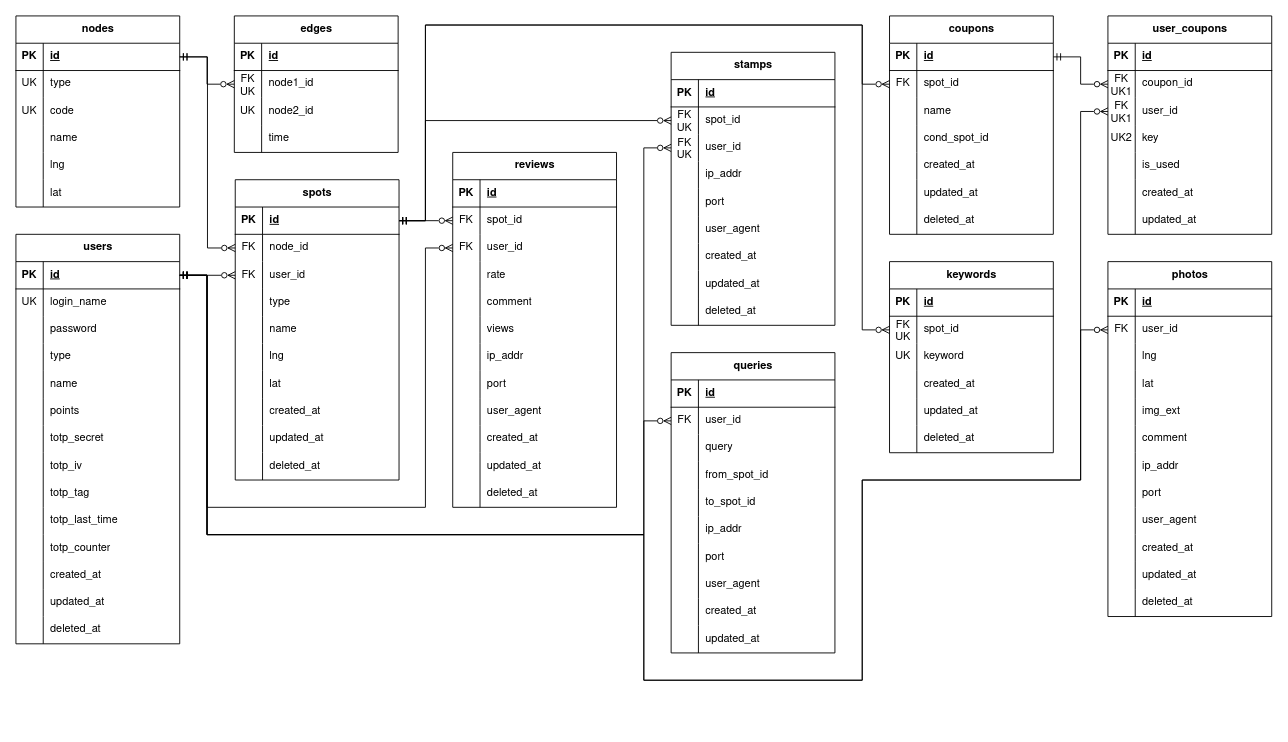
r02092/se2025 keeps this draw.io diagram as docs/figure/gaibu-er.drawio. Above is the earlier version. Source tidied: cells renumbered, new cells numbered last; positions are measured from the earlier drawing's top-left corner, leaving out a move shared by most shapes. Both pictures are drawn from the tidied source at 91%, with x=0, y=0 at pixel (15, 15).
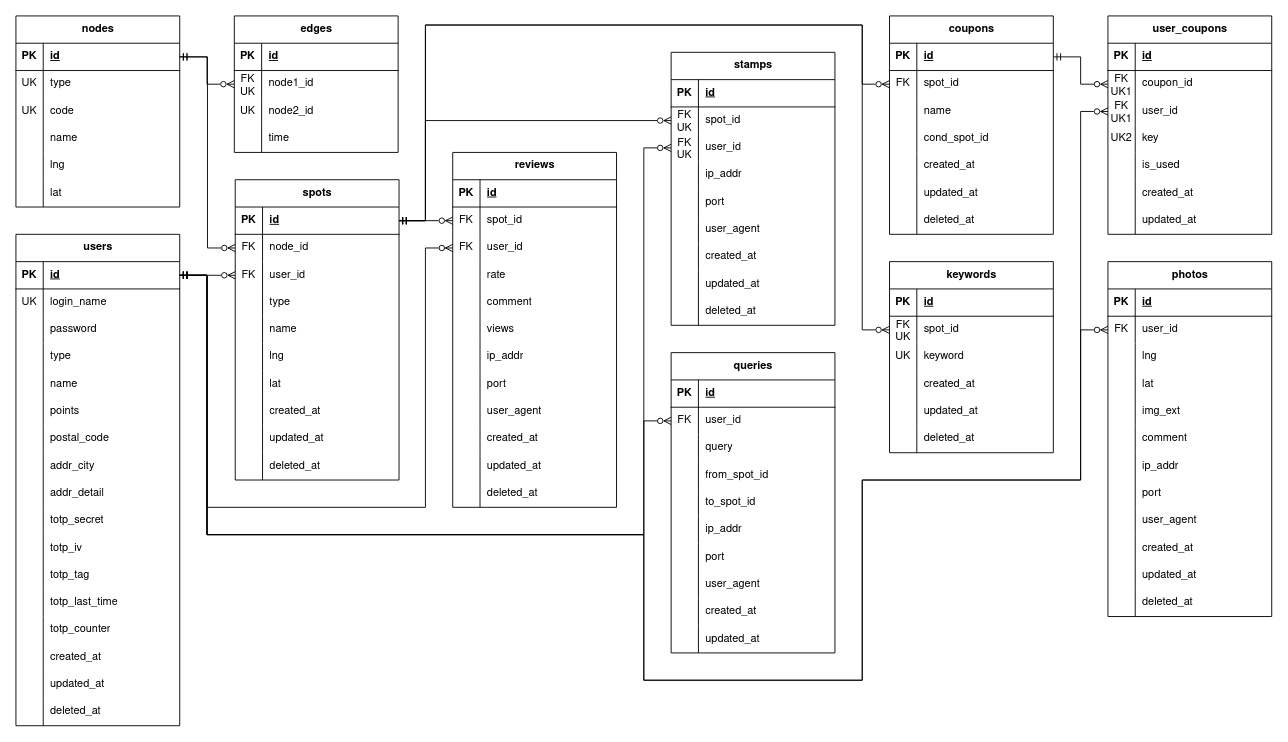
After the change.

The edit, as a diff of the source:
```diff
@@
     <mxCell id="67" value="users" style="shape=table;startSize=30;childLayout=tableLayout;rowLines=0;fontStyle=1;align=center;html=1;fontFamily=Nimbus Sans;" parent="1" vertex="1">
-      <mxGeometry y="240" width="180" height="450" as="geometry" />
+      <mxGeometry y="240" width="180" height="540" as="geometry" />
     </mxCell>
@@
+    <mxCell id="317" style="shape=tableRow;horizontal=0;startSize=0;swimlaneHead=0;swimlaneBody=0;fillColor=none;top=0;left=0;right=0;bottom=0;fontFamily=Nimbus Sans;" parent="67" vertex="1">
+      <mxGeometry y="210" width="180" height="30" as="geometry" />
+    </mxCell>
+    <mxCell id="318" style="shape=partialRectangle;fillColor=none;top=0;left=0;bottom=0;right=0;overflow=hidden;whiteSpace=wrap;html=1;fontFamily=Nimbus Sans;" parent="317" vertex="1">
+      <mxGeometry width="30" height="30" as="geometry" />
+    </mxCell>
+    <mxCell id="319" value="postal_code" style="shape=partialRectangle;fillColor=none;top=0;left=0;bottom=0;right=0;align=left;spacingLeft=6;overflow=hidden;whiteSpace=wrap;html=1;fontFamily=Nimbus Sans;" parent="317" vertex="1">
+      <mxGeometry x="30" width="150" height="30" as="geometry" />
+    </mxCell>
+    <mxCell id="320" style="shape=tableRow;horizontal=0;startSize=0;swimlaneHead=0;swimlaneBody=0;fillColor=none;top=0;left=0;right=0;bottom=0;fontFamily=Nimbus Sans;" parent="67" vertex="1">
+      <mxGeometry y="240" width="180" height="30" as="geometry" />
+    </mxCell>
+    <mxCell id="321" style="shape=partialRectangle;fillColor=none;top=0;left=0;bottom=0;right=0;overflow=hidden;whiteSpace=wrap;html=1;fontFamily=Nimbus Sans;" parent="320" vertex="1">
+      <mxGeometry width="30" height="30" as="geometry" />
+    </mxCell>
+    <mxCell id="322" value="addr_city" style="shape=partialRectangle;fillColor=none;top=0;left=0;bottom=0;right=0;align=left;spacingLeft=6;overflow=hidden;whiteSpace=wrap;html=1;fontFamily=Nimbus Sans;" parent="320" vertex="1">
+      <mxGeometry x="30" width="150" height="30" as="geometry" />
+    </mxCell>
+    <mxCell id="323" style="shape=tableRow;horizontal=0;startSize=0;swimlaneHead=0;swimlaneBody=0;fillColor=none;top=0;left=0;right=0;bottom=0;fontFamily=Nimbus Sans;" parent="67" vertex="1">
+      <mxGeometry y="270" width="180" height="30" as="geometry" />
+    </mxCell>
+    <mxCell id="324" style="shape=partialRectangle;fillColor=none;top=0;left=0;bottom=0;right=0;overflow=hidden;whiteSpace=wrap;html=1;fontFamily=Nimbus Sans;" parent="323" vertex="1">
+      <mxGeometry width="30" height="30" as="geometry" />
+    </mxCell>
+    <mxCell id="325" value="addr_&lt;span class=&quot;HwtZe&quot; lang=&quot;en&quot;&gt;&lt;span class=&quot;jCAhz ChMk0b&quot;&gt;&lt;span class=&quot;ryNqvb&quot;&gt;detail&lt;/span&gt;&lt;/span&gt;&lt;/span&gt;" style="shape=partialRectangle;fillColor=none;top=0;left=0;bottom=0;right=0;align=left;spacingLeft=6;overflow=hidden;whiteSpace=wrap;html=1;fontFamily=Nimbus Sans;" parent="323" vertex="1">
+      <mxGeometry x="30" width="150" height="30" as="geometry" />
+    </mxCell>
     <mxCell id="86" style="shape=tableRow;horizontal=0;startSize=0;swimlaneHead=0;swimlaneBody=0;fillColor=none;top=0;left=0;right=0;bottom=0;fontFamily=Nimbus Sans;" parent="67" vertex="1">
-      <mxGeometry y="210" width="180" height="30" as="geometry" />
+      <mxGeometry y="300" width="180" height="30" as="geometry" />
     </mxCell>
@@
     <mxCell id="89" style="shape=tableRow;horizontal=0;startSize=0;swimlaneHead=0;swimlaneBody=0;fillColor=none;top=0;left=0;right=0;bottom=0;fontFamily=Nimbus Sans;" parent="67" vertex="1">
-      <mxGeometry y="240" width="180" height="30" as="geometry" />
+      <mxGeometry y="330" width="180" height="30" as="geometry" />
     </mxCell>
@@
     <mxCell id="92" style="shape=tableRow;horizontal=0;startSize=0;swimlaneHead=0;swimlaneBody=0;fillColor=none;top=0;left=0;right=0;bottom=0;fontFamily=Nimbus Sans;" parent="67" vertex="1">
-      <mxGeometry y="270" width="180" height="30" as="geometry" />
+      <mxGeometry y="360" width="180" height="30" as="geometry" />
     </mxCell>
@@
     <mxCell id="95" style="shape=tableRow;horizontal=0;startSize=0;swimlaneHead=0;swimlaneBody=0;fillColor=none;top=0;left=0;right=0;bottom=0;fontFamily=Nimbus Sans;" parent="67" vertex="1">
-      <mxGeometry y="300" width="180" height="30" as="geometry" />
+      <mxGeometry y="390" width="180" height="30" as="geometry" />
     </mxCell>
@@
     <mxCell id="98" style="shape=tableRow;horizontal=0;startSize=0;swimlaneHead=0;swimlaneBody=0;fillColor=none;top=0;left=0;right=0;bottom=0;fontFamily=Nimbus Sans;" parent="67" vertex="1">
-      <mxGeometry y="330" width="180" height="30" as="geometry" />
+      <mxGeometry y="420" width="180" height="30" as="geometry" />
     </mxCell>
@@
     <mxCell id="101" style="shape=tableRow;horizontal=0;startSize=0;swimlaneHead=0;swimlaneBody=0;fillColor=none;top=0;left=0;right=0;bottom=0;fontFamily=Nimbus Sans;" parent="67" vertex="1">
-      <mxGeometry y="360" width="180" height="30" as="geometry" />
+      <mxGeometry y="450" width="180" height="30" as="geometry" />
     </mxCell>
@@
     <mxCell id="104" style="shape=tableRow;horizontal=0;startSize=0;swimlaneHead=0;swimlaneBody=0;fillColor=none;top=0;left=0;right=0;bottom=0;fontFamily=Nimbus Sans;" parent="67" vertex="1">
-      <mxGeometry y="390" width="180" height="30" as="geometry" />
+      <mxGeometry y="480" width="180" height="30" as="geometry" />
     </mxCell>
@@
     <mxCell id="107" style="shape=tableRow;horizontal=0;startSize=0;swimlaneHead=0;swimlaneBody=0;fillColor=none;top=0;left=0;right=0;bottom=0;fontFamily=Nimbus Sans;" parent="67" vertex="1">
-      <mxGeometry y="420" width="180" height="30" as="geometry" />
+      <mxGeometry y="510" width="180" height="30" as="geometry" />
     </mxCell>
```
